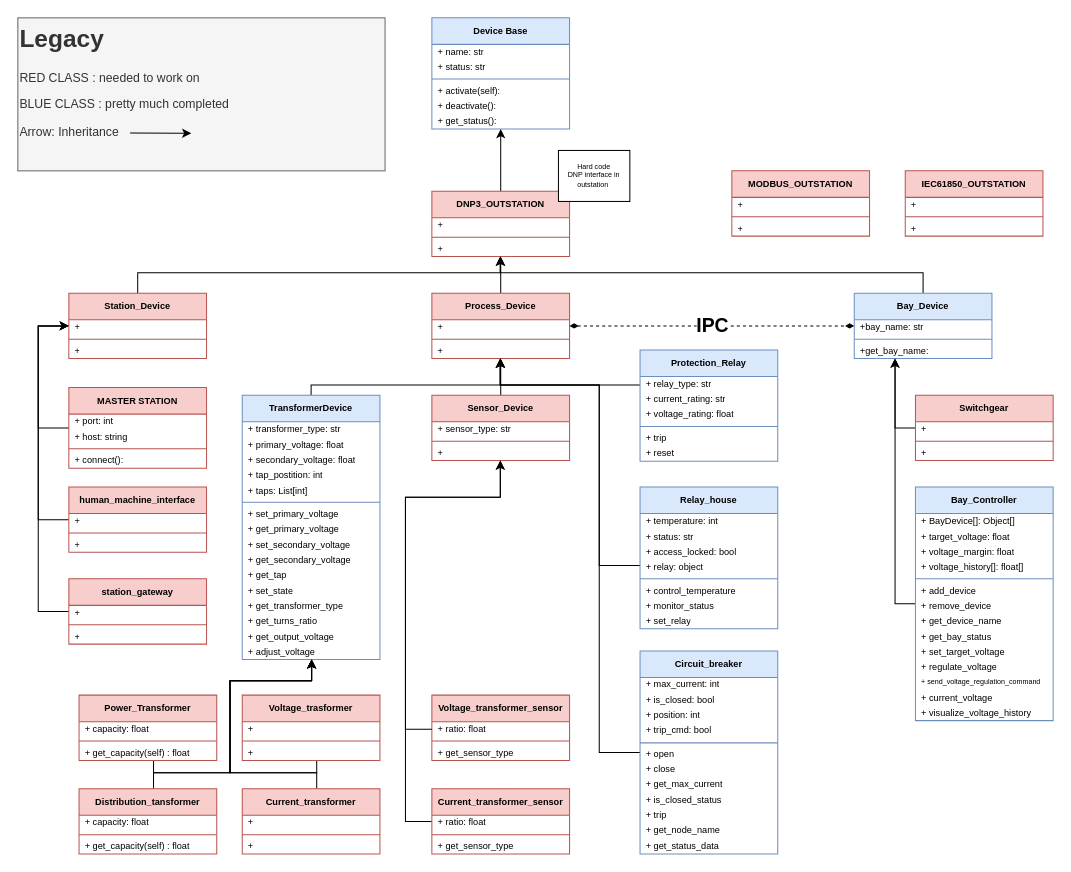
Before: device_modeling/documentation/Class diagram.drawio in cps-vip/cps-cosimulation-env, a draw.io diagram. Source tidied: cells renumbered, new cells numbered last; positions are measured from the earlier drawing's top-left corner, leaving out a move shared by most shapes. Both pictures are drawn from the tidied source at 102%, with x=0, y=0 at pixel (17, 17).
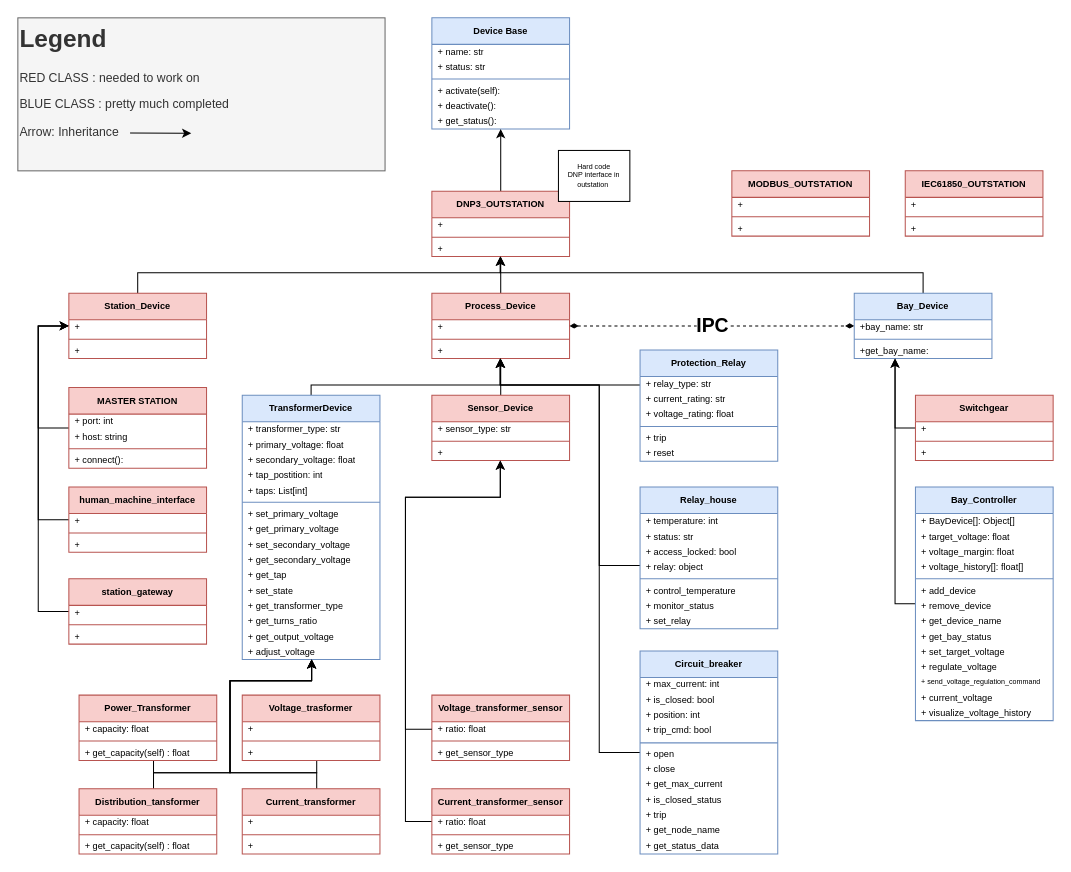
After the change.

Diff of the diagram source:
```diff
@@
-    <mxCell id="159" value="&lt;h1 style=&quot;margin-top: 0px;&quot;&gt;Legacy&lt;/h1&gt;&lt;p&gt;RED CLASS : needed to work on&lt;/p&gt;&lt;p&gt;BLUE CLASS : pretty much completed&lt;/p&gt;&lt;p&gt;Arrow: Inheritance&lt;/p&gt;" style="text;html=1;whiteSpace=wrap;overflow=hidden;rounded=0;fillColor=#f5f5f5;fontColor=#333333;strokeColor=#666666;" parent="1" vertex="1">
+    <mxCell id="159" value="&lt;h1 style=&quot;margin-top: 0px;&quot;&gt;Legend&lt;/h1&gt;&lt;p&gt;RED CLASS : needed to work on&lt;/p&gt;&lt;p&gt;BLUE CLASS : pretty much completed&lt;/p&gt;&lt;p&gt;Arrow: Inheritance&lt;/p&gt;" style="text;html=1;whiteSpace=wrap;overflow=hidden;rounded=0;fillColor=#f5f5f5;fontColor=#333333;strokeColor=#666666;" parent="1" vertex="1">
       <mxGeometry width="360" height="150" as="geometry" />
     </mxCell>
```
